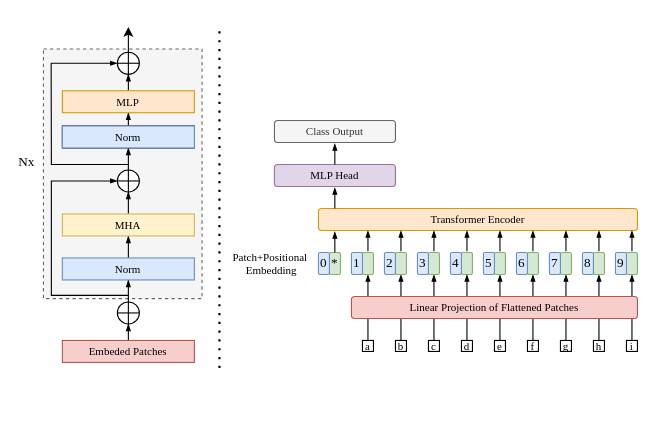
This is page "vit" (2 of 3) of Transformer编码器.drawio from qjl988/drawio, a draw.io file, before an edit. Source tidied: cells renumbered, new cells numbered last; positions are measured from the earlier drawing's top-left corner, leaving out a move shared by most shapes. Both pictures are drawn from the tidied source at 110%, with x=0, y=0 at pixel (21, 26).
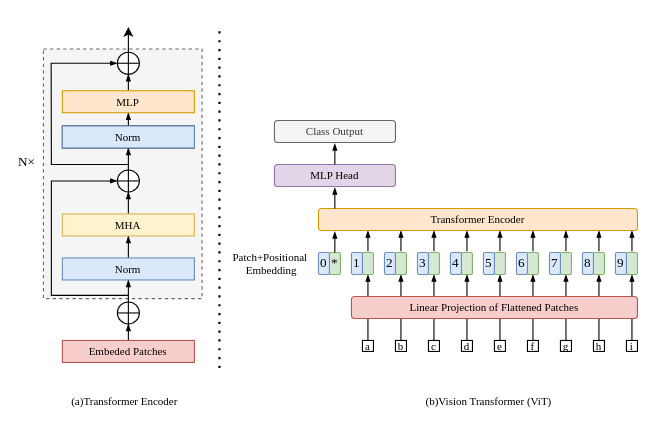
The same diagram, later.

Commit message:
更新Transformer编码器.drawio

Diff of the diagram source:
```diff
@@
-    <mxCell id="78" value="&lt;p style=&quot;line-height: 60%;&quot;&gt;&lt;font style=&quot;font-size: 12px;&quot;&gt;Nx&lt;/font&gt;&lt;/p&gt;" style="text;html=1;strokeColor=none;fillColor=none;align=center;verticalAlign=middle;whiteSpace=wrap;rounded=0;strokeWidth=0.5;fontFamily=Times New Roman;" parent="1" vertex="1">
+    <mxCell id="78" value="&lt;p style=&quot;line-height: 60%;&quot;&gt;&lt;font style=&quot;font-size: 12px;&quot;&gt;N×&lt;/font&gt;&lt;/p&gt;" style="text;html=1;strokeColor=none;fillColor=none;align=center;verticalAlign=middle;whiteSpace=wrap;rounded=0;strokeWidth=0.5;fontFamily=Times New Roman;" parent="1" vertex="1">
       <mxGeometry y="120" width="10" height="5" as="geometry" />
     </mxCell>
+    <mxCell id="79" value="&lt;font style=&quot;font-size: 10px;&quot;&gt;(a)Transformer Encoder&lt;/font&gt;" style="rounded=0;whiteSpace=wrap;html=1;fillColor=none;strokeColor=none;fontFamily=Times New Roman;" parent="1" vertex="1">
+      <mxGeometry x="24.2" y="330" width="140" height="20" as="geometry" />
+    </mxCell>
+    <mxCell id="80" value="&lt;font style=&quot;font-size: 10px;&quot;&gt;(b)Vision Transformer (ViT)&lt;/font&gt;" style="rounded=0;whiteSpace=wrap;html=1;fillColor=none;strokeColor=none;fontFamily=Times New Roman;" parent="1" vertex="1">
+      <mxGeometry x="355" y="330" width="140" height="20" as="geometry" />
+    </mxCell>
```
